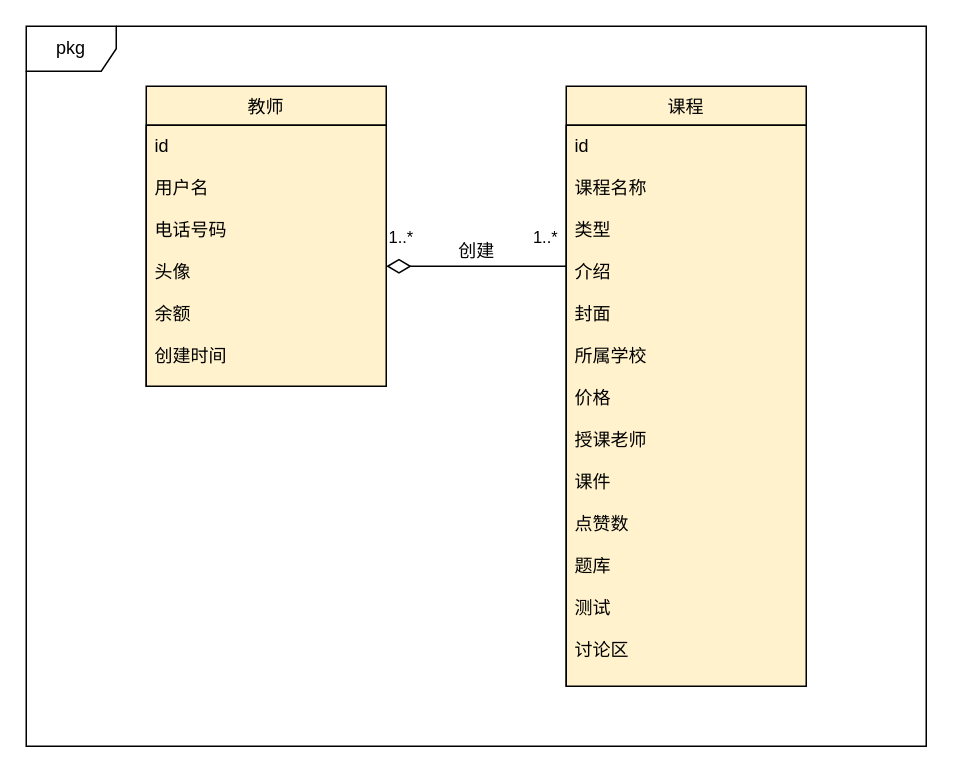
Earlier version of the draw.io diagram 创建课程概念类图.drawio (hu19891213/image). Source tidied: cells renumbered, new cells numbered last; positions are measured from the earlier drawing's top-left corner, leaving out a move shared by most shapes. Both pictures are drawn from the tidied source at 150%, with x=0, y=0 at pixel (26, 26).
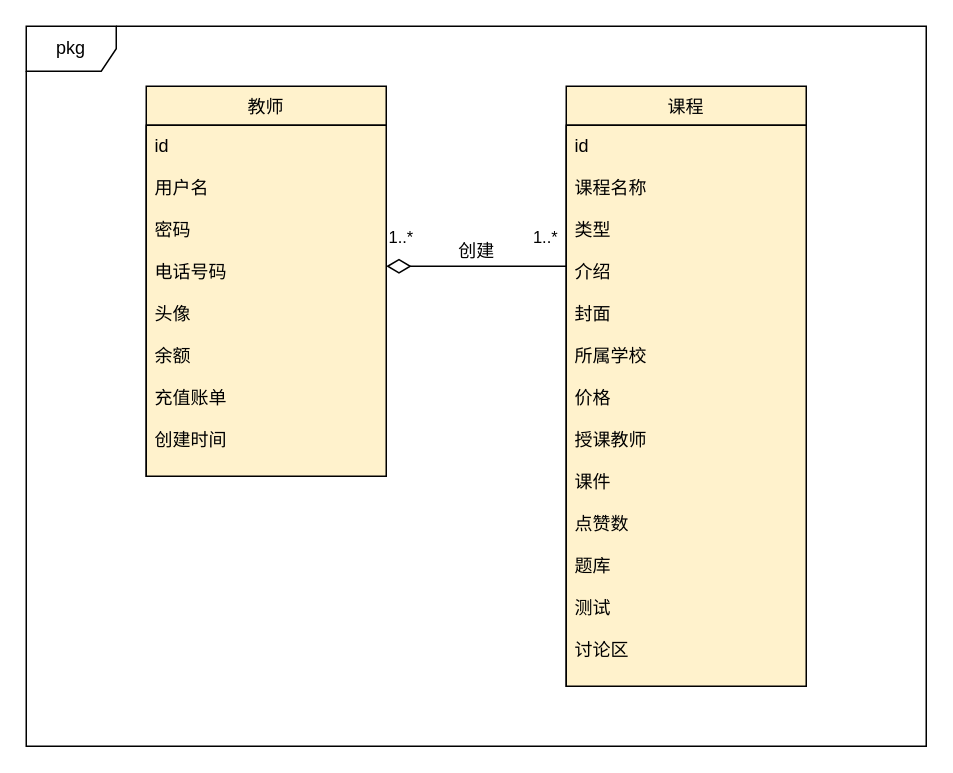
The same page after the edit.

Commit message:
更新创建课程概念类图.drawio

Diff of the diagram source:
```diff
@@
 <mxGraphModel>
   <root>
     <mxCell id="0" />
     <mxCell id="1" parent="0" />
     <mxCell id="2" value="教师" style="swimlane;fontStyle=0;horizontal=1;startSize=26;fillColor=#fff2cc;" parent="1" vertex="1">
-      <mxGeometry x="80" y="40" width="160" height="200" as="geometry" />
+      <mxGeometry x="80" y="40" width="160" height="260" as="geometry" />
     </mxCell>
-    <mxCell id="3" value="id&#10;&#10;用户名&#10;&#10;电话号码&#10;&#10;头像&#10;&#10;余额&#10;&#10;创建时间" style="text;fillColor=#fff2cc;align=left;verticalAlign=top;spacingLeft=4;spacingRight=4;overflow=hidden;strokeColor=#000000;" parent="2" vertex="1">
-      <mxGeometry y="26" width="160" height="174" as="geometry" />
+    <mxCell id="3" value="id&#10;&#10;用户名&#10;&#10;密码&#10;&#10;电话号码&#10;&#10;头像&#10;&#10;余额&#10;&#10;充值账单&#10;&#10;创建时间" style="text;fillColor=#fff2cc;align=left;verticalAlign=top;spacingLeft=4;spacingRight=4;overflow=hidden;strokeColor=#000000;" parent="2" vertex="1">
+      <mxGeometry y="26" width="160" height="234" as="geometry" />
     </mxCell>
     <mxCell id="4" value="课程" style="swimlane;fontStyle=0;horizontal=1;startSize=26;fillColor=#fff2cc;" parent="1" vertex="1">
       <mxGeometry x="360" y="40" width="160" height="400" as="geometry" />
     </mxCell>
-    <mxCell id="5" value="id&#10;&#10;课程名称&#10;&#10;类型&#10;&#10;介绍&#10;&#10;封面&#10;&#10;所属学校&#10;&#10;价格&#10;&#10;授课老师&#10;&#10;课件&#10;&#10;点赞数&#10;&#10;题库&#10;&#10;测试&#10;&#10;讨论区" style="text;fillColor=#fff2cc;align=left;verticalAlign=top;spacingLeft=4;spacingRight=4;overflow=hidden;strokeColor=#000000;" parent="4" vertex="1">
+    <mxCell id="5" value="id&#10;&#10;课程名称&#10;&#10;类型&#10;&#10;介绍&#10;&#10;封面&#10;&#10;所属学校&#10;&#10;价格&#10;&#10;授课教师&#10;&#10;课件&#10;&#10;点赞数&#10;&#10;题库&#10;&#10;测试&#10;&#10;讨论区" style="text;fillColor=#fff2cc;align=left;verticalAlign=top;spacingLeft=4;spacingRight=4;overflow=hidden;strokeColor=#000000;" parent="4" vertex="1">
       <mxGeometry y="26" width="160" height="374" as="geometry" />
     </mxCell>
     <mxCell id="6" value="1..*" style="endArrow=none;html=1;endSize=12;startArrow=diamondThin;startSize=14;startFill=0;edgeStyle=orthogonalEdgeStyle;align=left;verticalAlign=bottom;endFill=0;" parent="1" edge="1">
       <mxGeometry x="-1" y="10" relative="1" as="geometry">
         <mxPoint x="240" y="160" as="sourcePoint" />
         <mxPoint x="360" y="160" as="targetPoint" />
       </mxGeometry>
     </mxCell>
     <mxCell id="7" value="1..*" style="edgeLabel;html=1;align=center;verticalAlign=middle;" parent="6" vertex="1">
       <mxGeometry x="0.77" y="3" relative="1" as="geometry">
         <mxPoint x="-1" y="-17" as="offset" />
       </mxGeometry>
     </mxCell>
     <mxCell id="8" value="创建" style="text;html=1;align=center;verticalAlign=middle;fillColor=none;strokeColor=none;rounded=0;" parent="1" vertex="1">
       <mxGeometry x="280" y="140" width="40" height="20" as="geometry" />
     </mxCell>
     <mxCell id="9" value="pkg" style="shape=umlFrame;whiteSpace=wrap;html=1;strokeColor=#000000;" parent="1" vertex="1">
       <mxGeometry width="600" height="480" as="geometry" />
     </mxCell>
   </root>
 </mxGraphModel>
```
